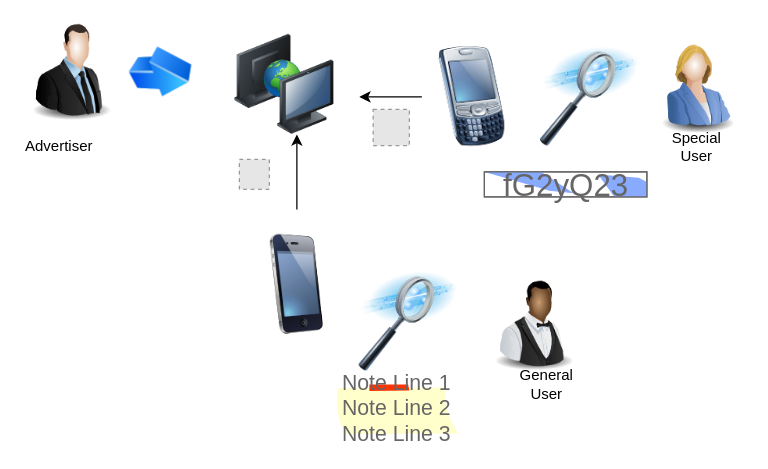
umayanga123/svsr_diagrums keeps this draw.io diagram as high_level_system_architecture.drawio. Above is the earlier version. Source tidied: cells renumbered, new cells numbered last; positions are measured from the earlier drawing's top-left corner, leaving out a move shared by most shapes. Both pictures are drawn from the tidied source at 125%, with x=0, y=0 at pixel (21, 21). Pictures stored in the file or linked from it are replaced by grey dashed boxes.
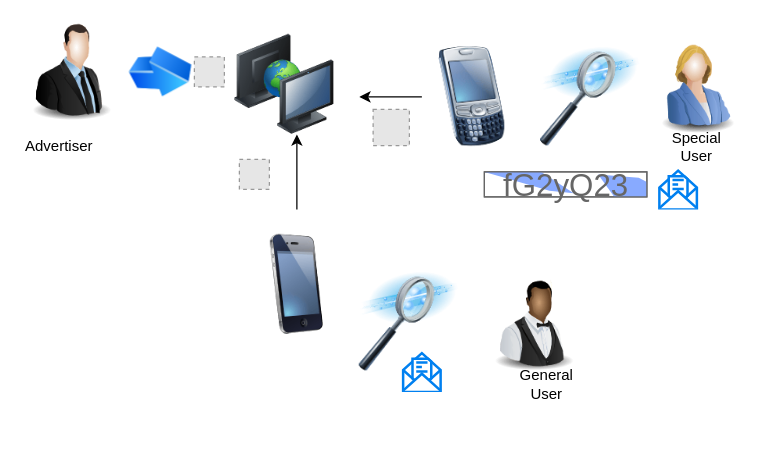
Above is the later version.

The edit, as a diff of the source:
```diff
@@
-    <mxCell id="14" value="Note Line 1&#10;Note Line 2&#10;Note Line 3" style="strokeWidth=1;shadow=0;dashed=0;align=center;html=1;shape=mxgraph.mockup.text.stickyNote;fontColor=#666666;mainText=;fontSize=17;whiteSpace=wrap;" parent="1" vertex="1">
-      <mxGeometry x="250" y="290" width="100" height="40" as="geometry" />
-    </mxCell>
@@
+    <mxCell id="20" style="html=1;verticalLabelPosition=bottom;align=center;labelBackgroundColor=#ffffff;verticalAlign=top;strokeWidth=2;strokeColor=#0080F0;fillColor=#ffffff;shadow=0;dashed=0;shape=mxgraph.ios7.icons.envelope_(message);" parent="1" vertex="1">
+      <mxGeometry x="305" y="265" width="30" height="30" as="geometry" />
+    </mxCell>
+    <mxCell id="21" style="html=1;verticalLabelPosition=bottom;align=center;labelBackgroundColor=#ffffff;verticalAlign=top;strokeWidth=2;strokeColor=#0080F0;fillColor=#ffffff;shadow=0;dashed=0;shape=mxgraph.ios7.icons.envelope_(message);" parent="1" vertex="1">
+      <mxGeometry x="510" y="119" width="30" height="30" as="geometry" />
+    </mxCell>
+    <mxCell id="22" style="fillColor=#E6E6E6;strokeColor=#999999;dashed=1;html=1;verticalAlign=top;verticalLabelPosition=bottom;labelBackgroundColor=#ffffff;" parent="1" vertex="1">
+      <mxGeometry x="138" y="28" width="24" height="24" as="geometry" />
+    </mxCell>
```
